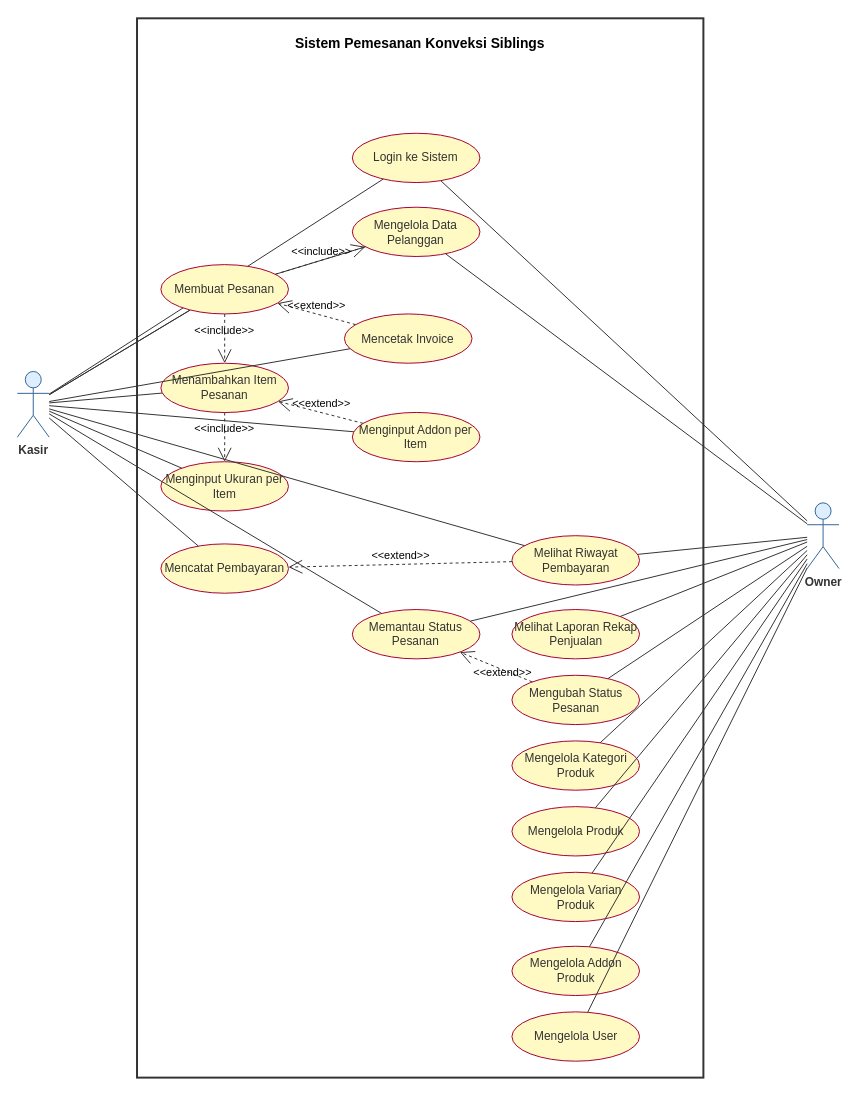
Earlier version of the draw.io diagram page "USE CASE" (2 of 9) of ALL UML.drawio (K35x/si_siblings_uml). Source tidied: cells renumbered, new cells numbered last; positions are measured from the earlier drawing's top-left corner, leaving out a move shared by most shapes. Both pictures are drawn from the tidied source at 99%, with x=0, y=0 at pixel (17, 18).
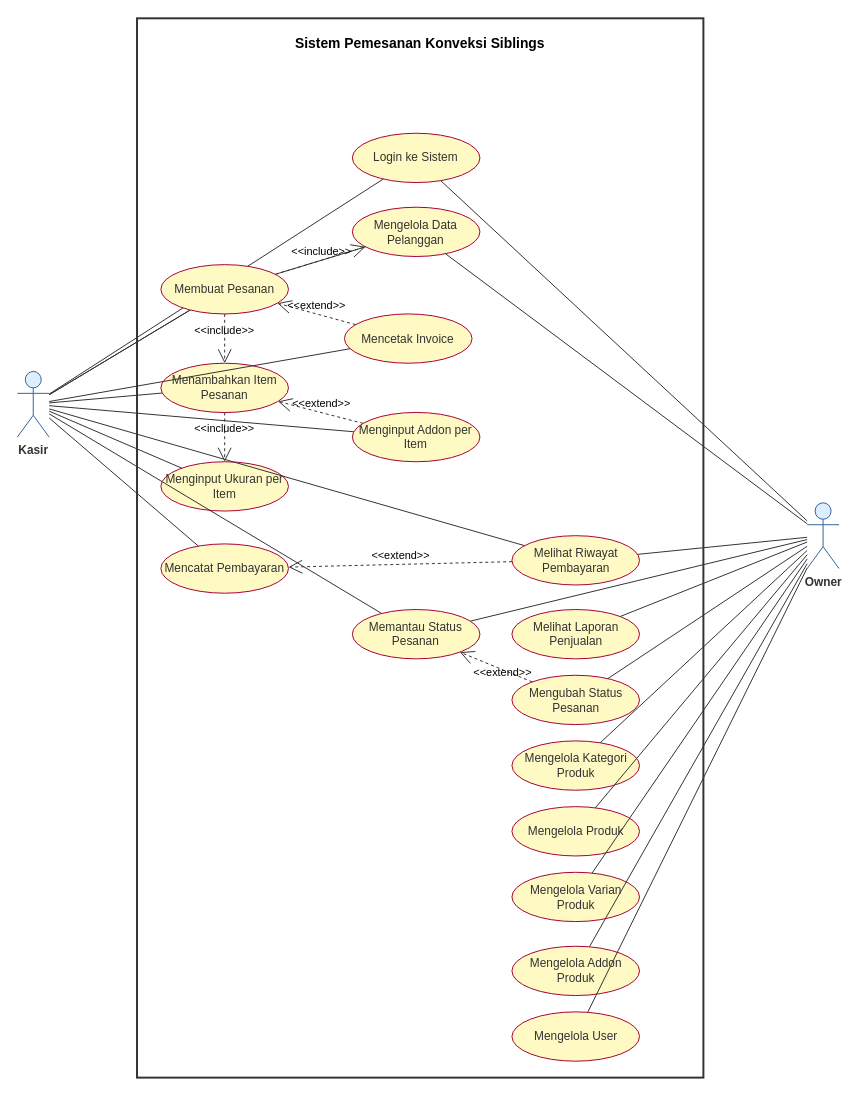
Above is the later version.

Unchanged cells that the change refers to:
```xml
<mxCell id="2" style="group;" parent="1" vertex="1">
  <mxGeometry width="830" height="1070" as="geometry" />
</mxCell>
```

Diff of the diagram source:
```diff
@@
-    <mxCell id="16" value="Melihat Laporan Rekap Penjualan" style="ellipse;whiteSpace=wrap;html=1;fillColor=#FFF9C4;strokeColor=#A80036;fontColor=#333333;" parent="2" vertex="1">
+    <mxCell id="16" value="Melihat Laporan Penjualan" style="ellipse;whiteSpace=wrap;html=1;fillColor=#FFF9C4;strokeColor=#A80036;fontColor=#333333;" parent="2" vertex="1">
       <mxGeometry x="499.6" y="597.2" width="128.9" height="49.8" as="geometry" />
     </mxCell>
```
